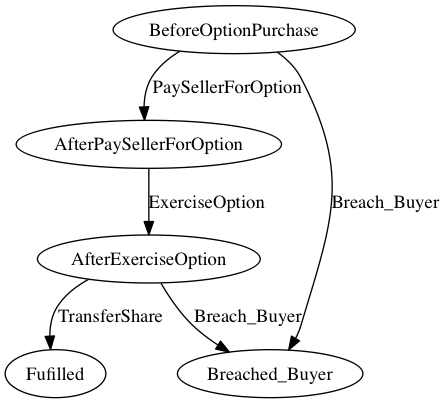
Marcao02/complaw-deeptech keeps this Graphviz diagram as linear_state_machine_language/pyL4/examples/out_graphviz/from_academic_lit/Farmer_american_call_option_2016.png. Above is the earlier version. Its source is kept beside it as linear_state_machine_language/pyL4/examples/out_graphviz/from_academic_lit/Farmer_american_call_option_2016.dot.
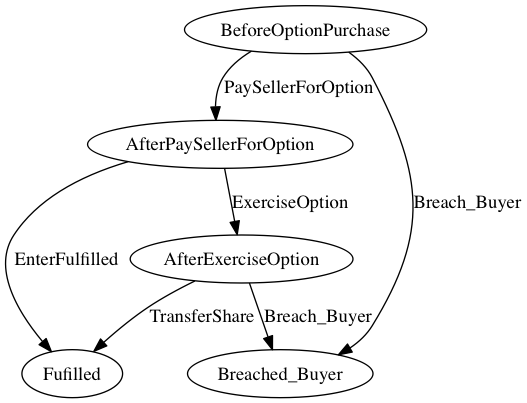
The same file after the commit.

Diff of the diagram source:
```diff
@@ -12,6 +12,7 @@
     BeforeOptionPurchase -> AfterPaySellerForOption [label=PaySellerForOption];
 	BeforeOptionPurchase -> Breached_Buyer [label=Breach_Buyer];
 	AfterPaySellerForOption -> AfterExerciseOption [label=ExerciseOption];
+	AfterPaySellerForOption -> Fulfilled [label=EnterFulfilled];
 	AfterExerciseOption -> Fulfilled [label=TransferShare];
 	AfterExerciseOption -> Breached_Buyer [label=Breach_Buyer];
 
```
